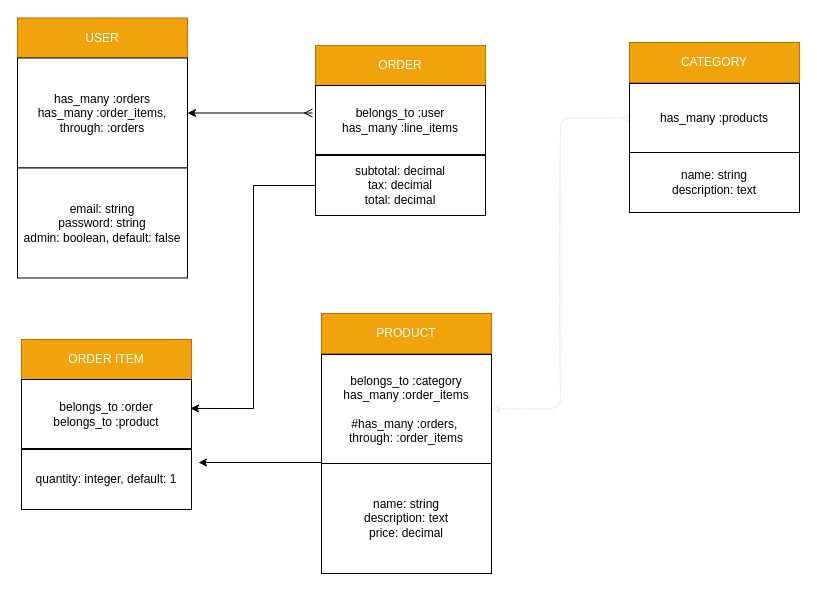
Earlier version of the draw.io diagram store_table.drawio (redebron20/mumshie-online-store). Source tidied: cells renumbered, new cells numbered last; positions are measured from the earlier drawing's top-left corner, leaving out a move shared by most shapes. Both pictures are drawn from the tidied source at 100%, with x=0, y=0 at pixel (17, 18).
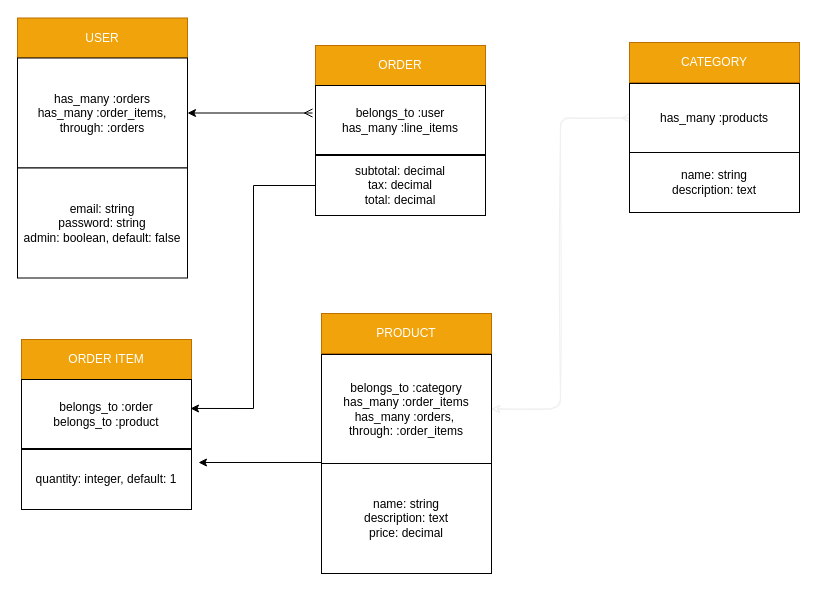
The same page after the edit.

Change to the diagram source:
```diff
@@
-    <mxCell id="10" value="belongs_to :category&lt;br&gt;has_many :order_items&lt;br&gt;&lt;br&gt;#has_many :orders,&amp;nbsp;&lt;br&gt;through: :order_items" style="whiteSpace=wrap;html=1;rounded=0;" parent="1" vertex="1">
+    <mxCell id="10" value="belongs_to :category&lt;br&gt;has_many :order_items&lt;br&gt;has_many :orders,&amp;nbsp;&lt;br&gt;through: :order_items" style="whiteSpace=wrap;html=1;rounded=0;" parent="1" vertex="1">
       <mxGeometry x="304" y="336" width="170" height="109" as="geometry" />
     </mxCell>
```
